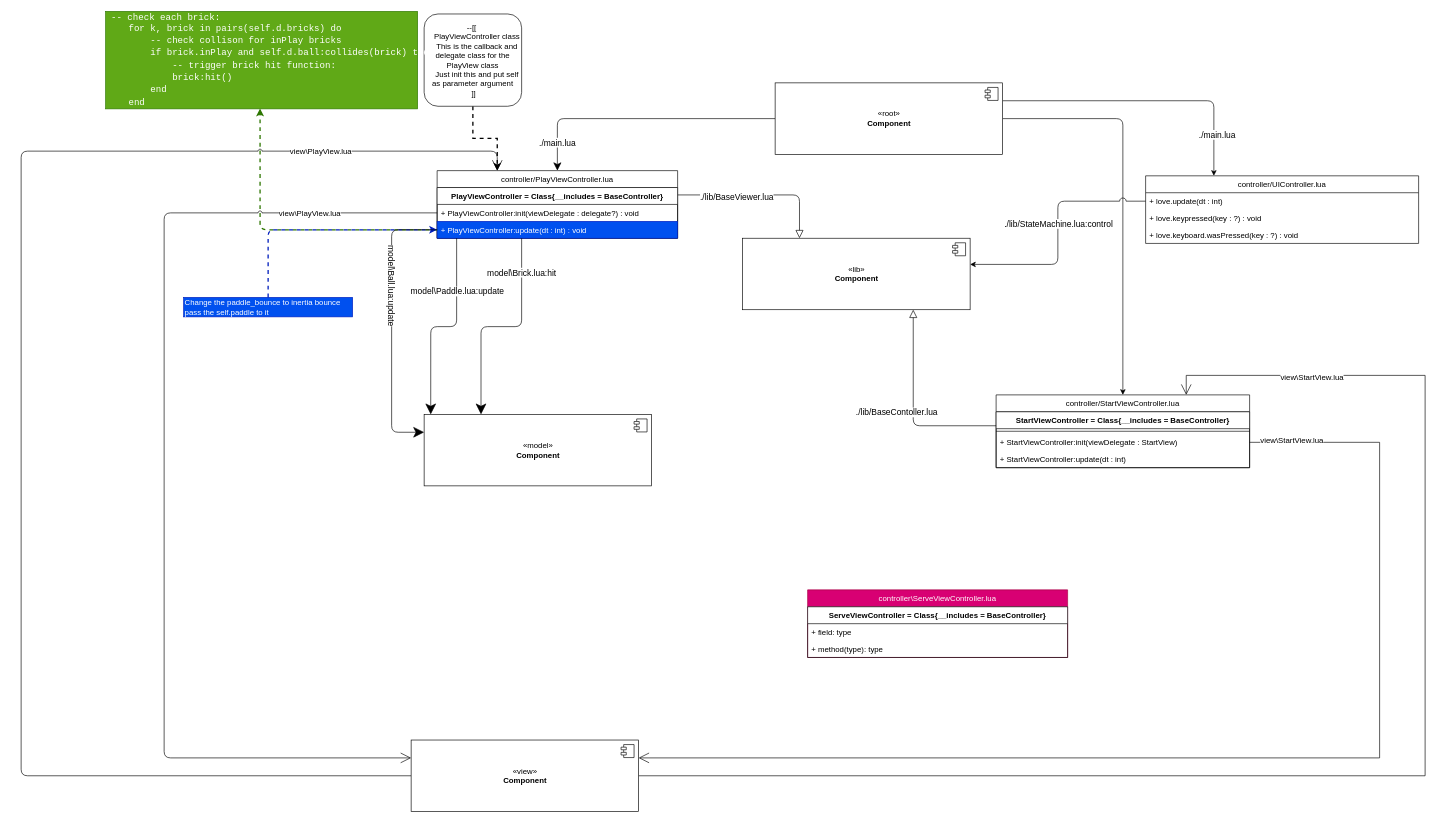
Above: page "controller" (5 of 7) of diagram.drawio in m00racle/breakout-love2d (draw.io), before the change. Source tidied: cells renumbered, new cells numbered last; positions are measured from the earlier drawing's top-left corner, leaving out a move shared by most shapes. Both pictures are drawn from the tidied source at 65%, with x=0, y=0 at pixel (21, 11).
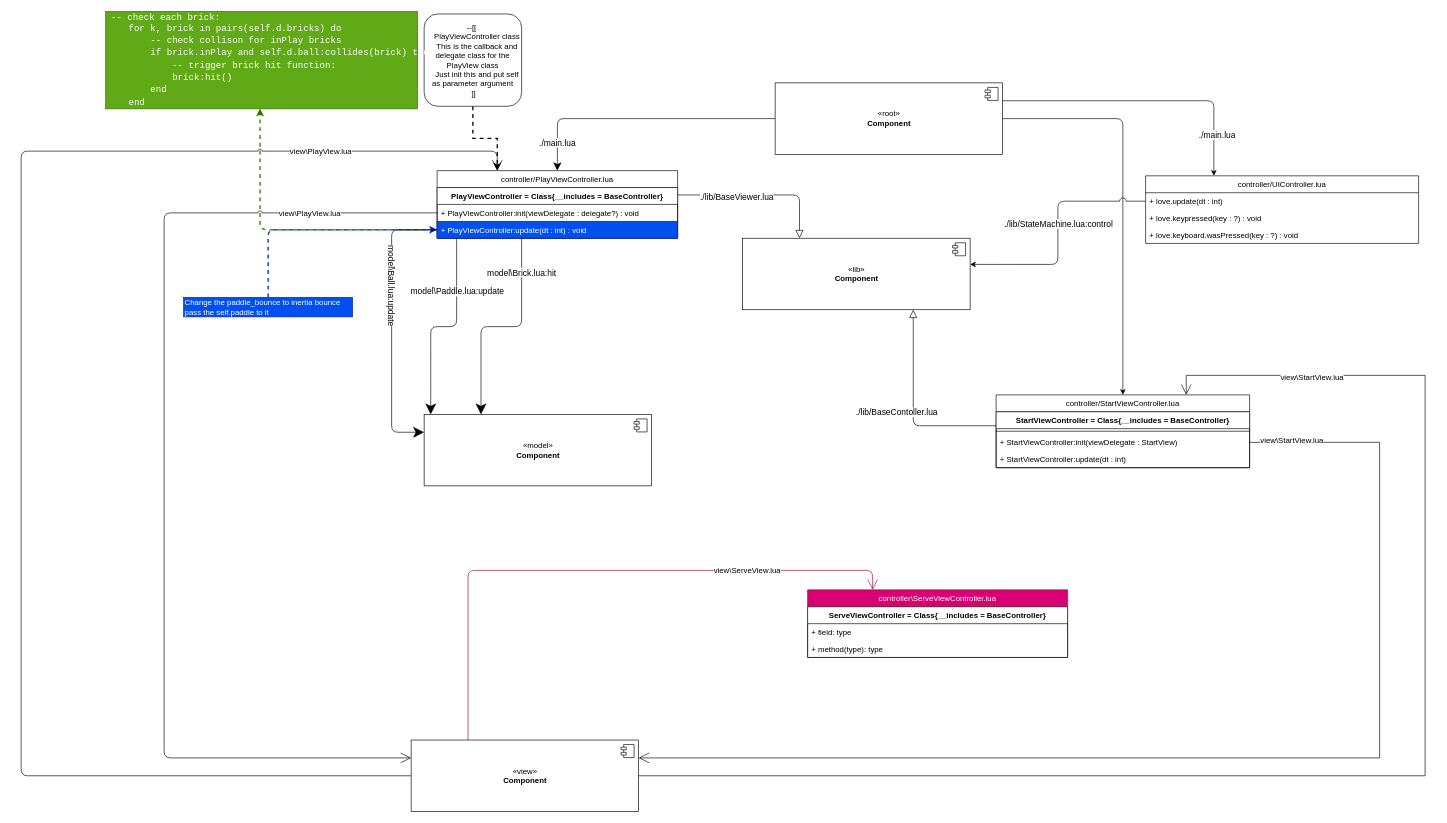
After the change.

Commit message:
add dep line from ServeView to its Controller

But this has not have the callback dependency line from controller back
to its view. Still use this in init.

Unchanged cells that the change refers to:
```xml
<mxCell id="44" value="controller\ServeViewController.lua" style="swimlane;fontStyle=0;horizontal=1;startSize=26;fillColor=#d80073;fontSize=12;strokeColor=#A50040;fontColor=#ffffff;" parent="1" vertex="1">
  <mxGeometry x="1210" y="890" width="400" height="104" as="geometry" />
</mxCell>
<mxCell id="52" value="«view»&lt;br&gt;&lt;b&gt;Component&lt;/b&gt;" style="html=1;" parent="1" vertex="1">
  <mxGeometry x="600" y="1121" width="350" height="110" as="geometry" />
</mxCell>
```

The edit, as a diff of the source:
```diff
@@
+    <mxCell id="58" style="edgeStyle=orthogonalEdgeStyle;rounded=1;jumpStyle=arc;jumpSize=6;jettySize=auto;html=1;entryX=0.25;entryY=0;entryDx=0;entryDy=0;fontSize=12;endArrow=open;endFill=0;startSize=14;endSize=14;exitX=0.25;exitY=0;exitDx=0;exitDy=0;fillColor=#d80073;strokeColor=#A50040;" parent="1" edge="1" source="52" target="44">
+      <mxGeometry relative="1" as="geometry" />
+    </mxCell>
+    <mxCell id="59" value="view\ServeView.lua" style="edgeLabel;html=1;align=center;verticalAlign=middle;fontSize=12;" parent="58" vertex="1">
+      <mxGeometry x="0.51" y="1" relative="1" as="geometry" />
+    </mxCell>
```
